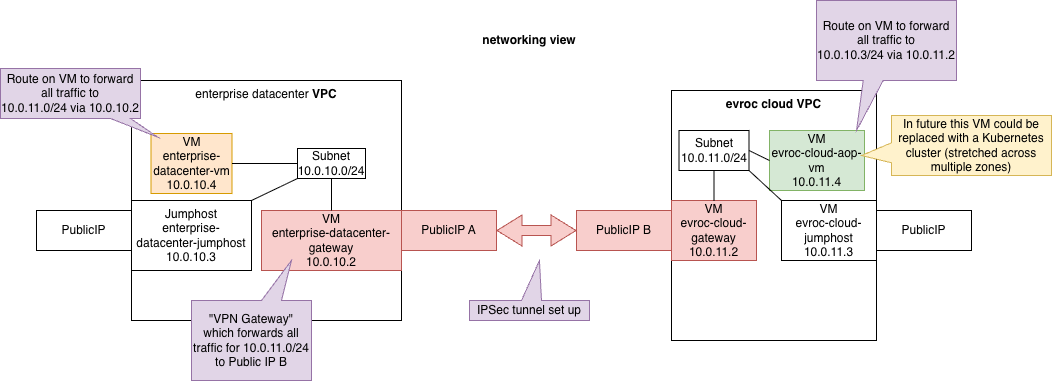
Earlier version of the draw.io export docs/assets/demo-networking-model.drawio.png (evroc-oss/enterprise-vpn-reference-architecture). Source tidied: cells renumbered, new cells last; positions are measured from the earlier drawing's top-left corner, leaving out a move shared by most shapes. Its diagram source:
```xml
<mxGraphModel>
  <root>
    <mxCell id="0" />
    <mxCell id="1" parent="0" />
    <mxCell id="2" value="&lt;b&gt;networking view&lt;/b&gt;" style="text;html=1;whiteSpace=wrap;strokeColor=none;fillColor=none;align=center;verticalAlign=middle;rounded=0;" parent="1" vertex="1">
      <mxGeometry x="394" y="25" width="270" height="30" as="geometry" />
    </mxCell>
    <mxCell id="3" value="&lt;span style=&quot;color: rgb(0, 0, 0);&quot;&gt;enterprise datacenter&amp;nbsp;&lt;/span&gt;&lt;b&gt;VPC&lt;/b&gt;" style="rounded=0;whiteSpace=wrap;html=1;verticalAlign=top;" parent="1" vertex="1">
      <mxGeometry x="131" y="80" width="270" height="240" as="geometry" />
    </mxCell>
    <mxCell id="4" value="Subnet&lt;div&gt;10.0.10.0/24&lt;/div&gt;" style="rounded=0;whiteSpace=wrap;html=1;" parent="1" vertex="1">
      <mxGeometry x="297" y="148" width="68" height="30" as="geometry" />
    </mxCell>
    <mxCell id="5" value="VM&lt;div&gt;&lt;span style=&quot;color: rgb(0, 0, 0);&quot;&gt;enterprise-datacenter-gateway&lt;/span&gt;&lt;/div&gt;&lt;div&gt;10.0.10.2&lt;/div&gt;" style="rounded=0;whiteSpace=wrap;html=1;fillColor=#f8cecc;strokeColor=#b85450;" parent="1" vertex="1">
      <mxGeometry x="261" y="210" width="140" height="60" as="geometry" />
    </mxCell>
    <mxCell id="6" value="PublicIP A" style="rounded=0;whiteSpace=wrap;html=1;fillColor=#f8cecc;strokeColor=#b85450;" parent="1" vertex="1">
      <mxGeometry x="401" y="210" width="95" height="40" as="geometry" />
    </mxCell>
    <mxCell id="7" value="VM&lt;div&gt;&lt;span style=&quot;color: rgb(0, 0, 0);&quot;&gt;enterprise-&lt;/span&gt;&lt;/div&gt;&lt;div&gt;&lt;span style=&quot;color: rgb(0, 0, 0);&quot;&gt;datacenter-vm&lt;/span&gt;&lt;/div&gt;&lt;div&gt;&lt;span style=&quot;background-color: transparent; color: light-dark(#000000, var(--ge-light-color, #ffffff));&quot;&gt;10.0.10.4&lt;/span&gt;&lt;/div&gt;" style="rounded=0;whiteSpace=wrap;html=1;fillColor=#ffe6cc;strokeColor=#d79b00;" parent="1" vertex="1">
      <mxGeometry x="150.5" y="133" width="81" height="60" as="geometry" />
    </mxCell>
    <mxCell id="8" value="&lt;b&gt;evroc cloud VPC&lt;/b&gt;" style="rounded=0;whiteSpace=wrap;html=1;verticalAlign=top;" parent="1" vertex="1">
      <mxGeometry x="671" y="90" width="205" height="250" as="geometry" />
    </mxCell>
    <mxCell id="9" value="Subnet&lt;div&gt;10.0.11.0/24&lt;/div&gt;" style="rounded=0;whiteSpace=wrap;html=1;" parent="1" vertex="1">
      <mxGeometry x="678.5" y="130" width="70" height="40" as="geometry" />
    </mxCell>
    <mxCell id="10" value="VM&lt;div&gt;&lt;span style=&quot;color: rgb(0, 0, 0);&quot;&gt;evroc-cloud-gateway&lt;/span&gt;&lt;br&gt;&lt;div&gt;10.0.11.2&lt;/div&gt;&lt;/div&gt;" style="rounded=0;whiteSpace=wrap;html=1;fillColor=#f8cecc;strokeColor=#b85450;" parent="1" vertex="1">
      <mxGeometry x="671" y="200" width="85" height="60" as="geometry" />
    </mxCell>
    <mxCell id="11" value="PublicIP B" style="rounded=0;whiteSpace=wrap;html=1;fillColor=#f8cecc;strokeColor=#b85450;" parent="1" vertex="1">
      <mxGeometry x="576" y="210" width="95" height="40" as="geometry" />
    </mxCell>
    <mxCell id="12" value="VM&lt;div&gt;&lt;span style=&quot;color: rgb(0, 0, 0);&quot;&gt;evroc-cloud-aop-vm&lt;/span&gt;&lt;br&gt;&lt;div&gt;10.0.11.4&lt;/div&gt;&lt;/div&gt;" style="rounded=0;whiteSpace=wrap;html=1;fillColor=#d5e8d4;strokeColor=#82b366;" parent="1" vertex="1">
      <mxGeometry x="769" y="130" width="95" height="60" as="geometry" />
    </mxCell>
    <mxCell id="13" value="Route on VM to forward all traffic to&lt;div&gt;10.0.11.0/24 via 10.0.10.2&lt;/div&gt;" style="shape=wedgeCallout;whiteSpace=wrap;html=1;tipX=0.625;tipY=0.875;fillColor=#e1d5e7;strokeColor=#9673a6;" parent="1" vertex="1">
      <mxGeometry y="68" width="140" height="50" as="geometry" />
    </mxCell>
    <mxCell id="14" value="Route on VM to forward all traffic to&lt;div&gt;10.0.10.3/24 via 10.0.11.2&lt;/div&gt;" style="shape=wedgeCallout;whiteSpace=wrap;html=1;tipX=-0.214;tipY=1.125;fillColor=#e1d5e7;strokeColor=#9673a6;" parent="1" vertex="1">
      <mxGeometry x="816" width="140" height="80" as="geometry" />
    </mxCell>
    <mxCell id="15" style="shape=flexArrow;endArrow=classic;html=1;rounded=0;fontSize=12;defaultLabelBackgroundColor=page;startSize=8;endSize=8;curved=1;startArrow=classic;startFill=1;exitX=1;exitY=0.5;exitDx=0;exitDy=0;fillColor=#f8cecc;strokeColor=#b85450;" parent="1" edge="1" source="6">
      <mxGeometry relative="1" as="geometry">
        <mxPoint x="576" y="230" as="targetPoint" />
      </mxGeometry>
    </mxCell>
    <mxCell id="16" value="&quot;VPN Gateway&quot;&lt;div&gt;which forwards all traffic for 10.0.11.0/24 to&amp;nbsp;&lt;span style=&quot;background-color: transparent; color: light-dark(#000000, var(--ge-light-color, #ffffff));&quot;&gt;Public IP B&lt;/span&gt;&lt;/div&gt;" style="shape=wedgeCallout;whiteSpace=wrap;html=1;rotation=0;direction=east;tipX=0.333;tipY=-1;fillColor=#e1d5e7;strokeColor=#9673a6;" parent="1" vertex="1">
      <mxGeometry x="191" y="300" width="120" height="80" as="geometry" />
    </mxCell>
    <mxCell id="17" value="IPSec tunnel set up" style="shape=wedgeCallout;whiteSpace=wrap;html=1;rotation=0;direction=east;tipX=0.083;tipY=-2.5;fillColor=#e1d5e7;strokeColor=#9673a6;" parent="1" vertex="1">
      <mxGeometry x="469" y="300" width="120" height="20" as="geometry" />
    </mxCell>
    <mxCell id="18" value="Jumphost&lt;div&gt;&lt;span style=&quot;color: rgb(0, 0, 0);&quot;&gt;enterprise-datacenter-jumphost&lt;/span&gt;&lt;br&gt;&lt;div&gt;10.0.10.3&lt;/div&gt;&lt;/div&gt;" style="rounded=0;whiteSpace=wrap;html=1;" parent="1" vertex="1">
      <mxGeometry x="131" y="200" width="120" height="70" as="geometry" />
    </mxCell>
    <mxCell id="19" value="PublicIP" style="rounded=0;whiteSpace=wrap;html=1;" parent="1" vertex="1">
      <mxGeometry x="36" y="210" width="95" height="40" as="geometry" />
    </mxCell>
    <mxCell id="20" value="VM&lt;div&gt;&lt;div&gt;&lt;span style=&quot;color: rgb(0, 0, 0); background-color: transparent;&quot;&gt;evroc-cloud-jumphost&lt;/span&gt;&lt;/div&gt;&lt;div&gt;10.0.11.3&lt;/div&gt;&lt;/div&gt;" style="rounded=0;whiteSpace=wrap;html=1;" parent="1" vertex="1">
      <mxGeometry x="781" y="200" width="95" height="60" as="geometry" />
    </mxCell>
    <mxCell id="21" value="PublicIP" style="rounded=0;whiteSpace=wrap;html=1;" parent="1" vertex="1">
      <mxGeometry x="876" y="210" width="95" height="40" as="geometry" />
    </mxCell>
    <mxCell id="22" value="In future this VM could be replaced with a Kubernetes cluster (stretched across multiple zones)" style="shape=wedgeCallout;whiteSpace=wrap;html=1;tipX=-0.687;tipY=0.167;fillColor=#fff2cc;strokeColor=#d6b656;" parent="1" vertex="1">
      <mxGeometry x="891" y="115" width="160" height="60" as="geometry" />
    </mxCell>
    <mxCell id="23" style="edgeStyle=orthogonalEdgeStyle;curved=1;rounded=0;curveGeometry=1;orthogonalLoop=1;jettySize=auto;html=1;innerLoopWaypoints=1;exitX=0.5;exitY=1;exitDx=0;exitDy=0;fontSize=12;defaultLabelBackgroundColor=page;startSize=8;endSize=8;" parent="1" edge="1" source="22" target="22">
      <mxGeometry relative="1" as="geometry" />
    </mxCell>
    <mxCell id="24" style="endArrow=none;html=1;entryX=0.5;entryY=1;entryDx=0;entryDy=0;exitX=0.5;exitY=0;exitDx=0;exitDy=0;" parent="1" edge="1" source="10" target="9">
      <mxGeometry relative="1" as="geometry" />
    </mxCell>
    <mxCell id="25" style="endArrow=none;html=1;entryX=0;entryY=0.5;entryDx=0;entryDy=0;exitX=1;exitY=0.5;exitDx=0;exitDy=0;" parent="1" edge="1" source="9" target="12">
      <mxGeometry relative="1" as="geometry" />
    </mxCell>
    <mxCell id="26" style="endArrow=none;html=1;entryX=1;entryY=1;entryDx=0;entryDy=0;exitX=0;exitY=0;exitDx=0;exitDy=0;" parent="1" edge="1" source="20" target="9">
      <mxGeometry relative="1" as="geometry" />
    </mxCell>
    <mxCell id="27" style="endArrow=none;html=1;entryX=0.5;entryY=1;entryDx=0;entryDy=0;exitX=0.5;exitY=0;exitDx=0;exitDy=0;" parent="1" edge="1" source="5" target="4">
      <mxGeometry relative="1" as="geometry" />
    </mxCell>
    <mxCell id="28" style="endArrow=none;html=1;entryX=0;entryY=1;entryDx=0;entryDy=0;exitX=1;exitY=0;exitDx=0;exitDy=0;" parent="1" edge="1" source="18" target="4">
      <mxGeometry relative="1" as="geometry" />
    </mxCell>
    <mxCell id="29" style="endArrow=none;html=1;entryX=0;entryY=0.5;entryDx=0;entryDy=0;exitX=1;exitY=0.5;exitDx=0;exitDy=0;" parent="1" edge="1" source="7" target="4">
      <mxGeometry relative="1" as="geometry" />
    </mxCell>
  </root>
</mxGraphModel>
```
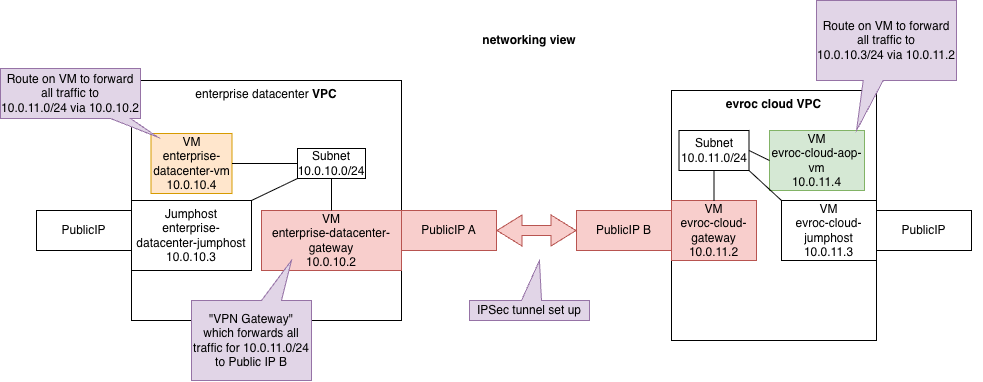
After the commit.

Diff of the diagram source:
```diff
@@ -64,11 +64,11 @@
     <mxCell id="21" value="PublicIP" style="rounded=0;whiteSpace=wrap;html=1;" parent="1" vertex="1">
       <mxGeometry x="876" y="210" width="95" height="40" as="geometry" />
     </mxCell>
-    <mxCell id="22" value="In future this VM could be replaced with a Kubernetes cluster (stretched across multiple zones)" style="shape=wedgeCallout;whiteSpace=wrap;html=1;tipX=-0.687;tipY=0.167;fillColor=#fff2cc;strokeColor=#d6b656;" parent="1" vertex="1">
-      <mxGeometry x="891" y="115" width="160" height="60" as="geometry" />
-    </mxCell>
-    <mxCell id="23" style="edgeStyle=orthogonalEdgeStyle;curved=1;rounded=0;curveGeometry=1;orthogonalLoop=1;jettySize=auto;html=1;innerLoopWaypoints=1;exitX=0.5;exitY=1;exitDx=0;exitDy=0;fontSize=12;defaultLabelBackgroundColor=page;startSize=8;endSize=8;" parent="1" edge="1" source="22" target="22">
-      <mxGeometry relative="1" as="geometry" />
+    <mxCell id="23" style="edgeStyle=orthogonalEdgeStyle;curved=1;rounded=0;curveGeometry=1;orthogonalLoop=1;jettySize=auto;html=1;innerLoopWaypoints=1;exitX=0.5;exitY=1;exitDx=0;exitDy=0;fontSize=12;defaultLabelBackgroundColor=page;startSize=8;endSize=8;" parent="1" edge="1">
+      <mxGeometry relative="1" as="geometry">
+        <mxPoint x="971" y="175" as="sourcePoint" />
+        <mxPoint x="971" y="175" as="targetPoint" />
+      </mxGeometry>
     </mxCell>
     <mxCell id="24" style="endArrow=none;html=1;entryX=0.5;entryY=1;entryDx=0;entryDy=0;exitX=0.5;exitY=0;exitDx=0;exitDy=0;" parent="1" edge="1" source="10" target="9">
       <mxGeometry relative="1" as="geometry" />
```
